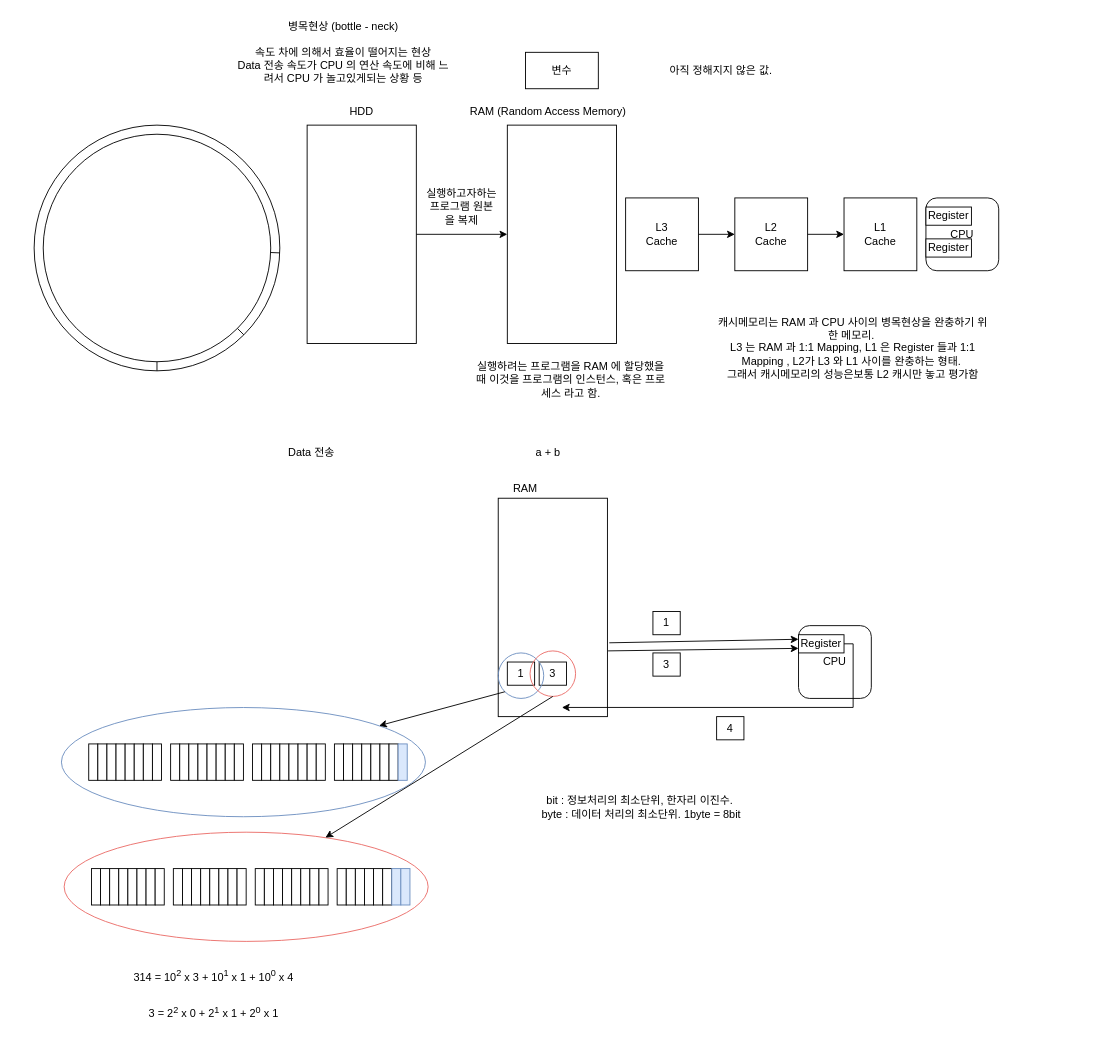
Before: CSharpBasic.drawio in luke-youngmin-cho/UnityEngineBasic_8th, a draw.io diagram. Source tidied: cells renumbered, new cells numbered last; positions are measured from the earlier drawing's top-left corner, leaving out a move shared by most shapes. Both pictures are drawn from the tidied source at 91%, with x=0, y=0 at pixel (34, 15).
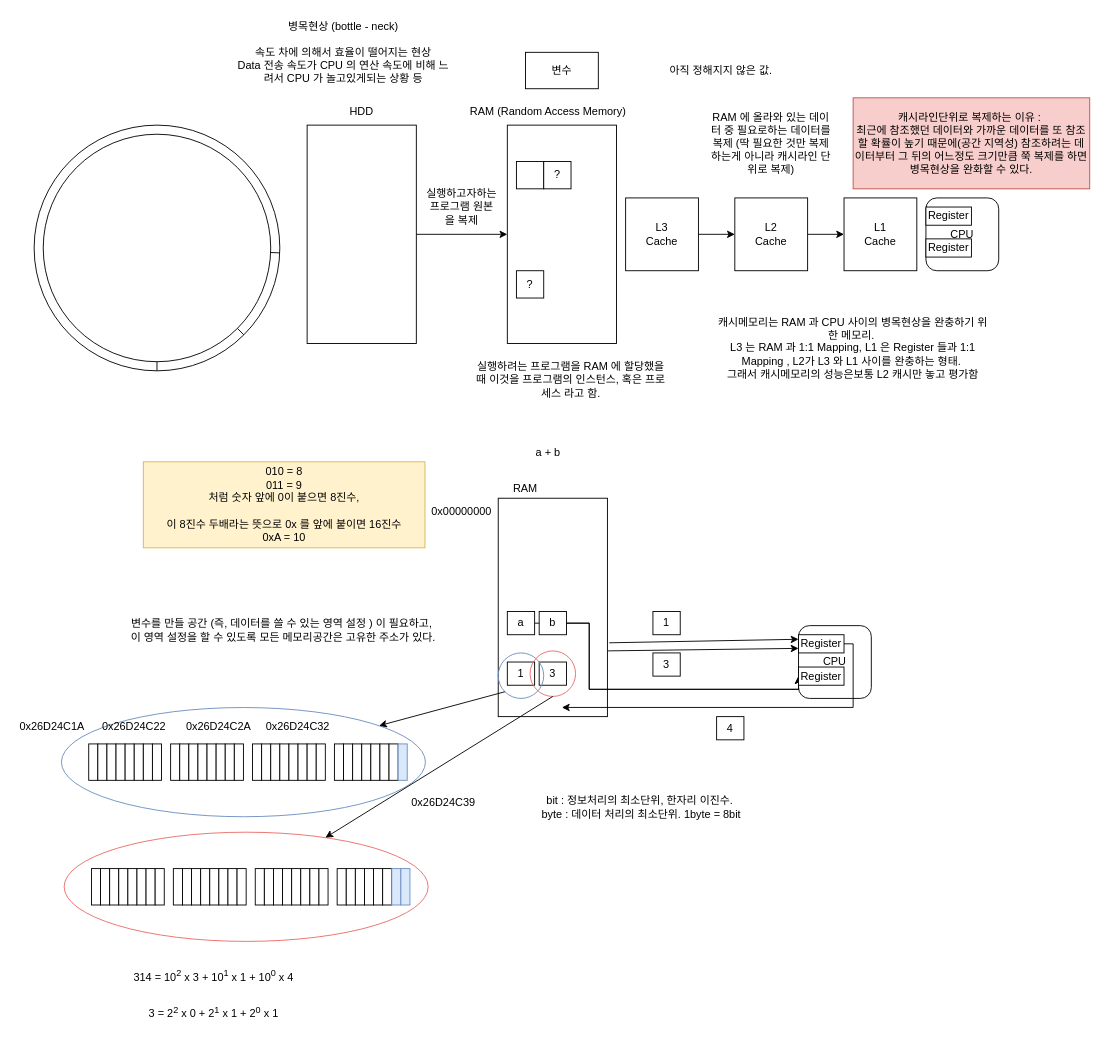
The same diagram, later.

Commit message (it also covers changes not shown here):
CSharp - Operators

Change to the diagram source:
```diff
@@
-    <mxCell id="21" value="Data 전송" style="text;html=1;strokeColor=none;fillColor=none;align=center;verticalAlign=middle;whiteSpace=wrap;rounded=0;" parent="1" vertex="1">
-      <mxGeometry x="240" y="460" width="130" height="40" as="geometry" />
-    </mxCell>
@@
+    <mxCell id="113" style="rounded=0;whiteSpace=wrap;html=1;" parent="1" vertex="1">
+      <mxGeometry x="530" y="160" width="30" height="30" as="geometry" />
+    </mxCell>
+    <mxCell id="114" value="?" style="rounded=0;whiteSpace=wrap;html=1;" parent="1" vertex="1">
+      <mxGeometry x="530" y="280" width="30" height="30" as="geometry" />
+    </mxCell>
+    <mxCell id="115" value="?" style="rounded=0;whiteSpace=wrap;html=1;" parent="1" vertex="1">
+      <mxGeometry x="560" y="160" width="30" height="30" as="geometry" />
+    </mxCell>
+    <mxCell id="116" value="RAM 에 올라와 있는 데이터 중 필요로하는 데이터를 복제 (딱 필요한 것만 복제하는게 아니라 캐시라인 단위로 복제)" style="text;html=1;strokeColor=none;fillColor=none;align=center;verticalAlign=middle;whiteSpace=wrap;rounded=0;" parent="1" vertex="1">
+      <mxGeometry x="740" y="90" width="140" height="100" as="geometry" />
+    </mxCell>
+    <mxCell id="117" value="캐시라인단위로 복제하는 이유 :&amp;nbsp;&lt;br&gt;최근에 참조했던 데이터와 가까운 데이터를 또 참조할 확률이 높기 때문에(공간 지역성) 참조하려는 데이터부터 그 뒤의 어느정도 크기만큼 쭉 복제를 하면 병목현상을 완화할 수 있다." style="text;html=1;strokeColor=#b85450;fillColor=#f8cecc;align=center;verticalAlign=middle;whiteSpace=wrap;rounded=0;" parent="1" vertex="1">
+      <mxGeometry x="900" y="90" width="260" height="100" as="geometry" />
+    </mxCell>
+    <mxCell id="118" value="변수를 만들 공간 (즉, 데이터를 쓸 수 있는 영역 설정 ) 이 필요하고,&amp;nbsp;&lt;br&gt;이 영역 설정을 할 수 있도록 모든 메모리공간은 고유한 주소가 있다." style="text;html=1;strokeColor=none;fillColor=none;align=center;verticalAlign=middle;whiteSpace=wrap;rounded=0;" parent="1" vertex="1">
+      <mxGeometry x="78" y="640" width="392" height="70" as="geometry" />
+    </mxCell>
+    <mxCell id="119" value="0x00000000" style="text;html=1;strokeColor=none;fillColor=none;align=center;verticalAlign=middle;whiteSpace=wrap;rounded=0;" parent="1" vertex="1">
+      <mxGeometry x="430" y="530" width="80" height="30" as="geometry" />
+    </mxCell>
+    <mxCell id="120" value="010 = 8&lt;br&gt;011 = 9&lt;br&gt;처럼 숫자 앞에 0이 붙으면 8진수,&lt;br&gt;&lt;br&gt;이 8진수 두배라는 뜻으로 0x 를 앞에 붙이면 16진수&lt;br&gt;0xA = 10" style="text;html=1;strokeColor=#d6b656;fillColor=#fff2cc;align=center;verticalAlign=middle;whiteSpace=wrap;rounded=0;" parent="1" vertex="1">
+      <mxGeometry x="120" y="490" width="309.5" height="94.5" as="geometry" />
+    </mxCell>
+    <mxCell id="121" value="0x26D24C1A" style="text;html=1;strokeColor=none;fillColor=none;align=center;verticalAlign=middle;whiteSpace=wrap;rounded=0;" parent="1" vertex="1">
+      <mxGeometry x="-20" y="765.5" width="80" height="30" as="geometry" />
+    </mxCell>
+    <mxCell id="122" value="0x26D24C22" style="text;html=1;strokeColor=none;fillColor=none;align=center;verticalAlign=middle;whiteSpace=wrap;rounded=0;" parent="1" vertex="1">
+      <mxGeometry x="70" y="765.5" width="80" height="30" as="geometry" />
+    </mxCell>
+    <mxCell id="123" value="0x26D24C2A" style="text;html=1;strokeColor=none;fillColor=none;align=center;verticalAlign=middle;whiteSpace=wrap;rounded=0;" parent="1" vertex="1">
+      <mxGeometry x="163" y="765.5" width="80" height="30" as="geometry" />
+    </mxCell>
+    <mxCell id="124" value="0x26D24C32" style="text;html=1;strokeColor=none;fillColor=none;align=center;verticalAlign=middle;whiteSpace=wrap;rounded=0;" parent="1" vertex="1">
+      <mxGeometry x="250" y="765.5" width="80" height="30" as="geometry" />
+    </mxCell>
+    <mxCell id="125" value="0x26D24C39" style="text;html=1;strokeColor=none;fillColor=none;align=center;verticalAlign=middle;whiteSpace=wrap;rounded=0;" parent="1" vertex="1">
+      <mxGeometry x="410" y="850" width="80" height="30" as="geometry" />
+    </mxCell>
+    <mxCell id="126" style="edgeStyle=orthogonalEdgeStyle;rounded=0;jettySize=auto;html=1;entryX=0;entryY=0.5;entryDx=0;entryDy=0;" parent="1" edge="1" source="127" target="130">
+      <mxGeometry relative="1" as="geometry">
+        <Array as="points">
+          <mxPoint x="610" y="667" />
+          <mxPoint x="610" y="740" />
+          <mxPoint x="840" y="740" />
+        </Array>
+      </mxGeometry>
+    </mxCell>
+    <mxCell id="127" value="a" style="rounded=0;whiteSpace=wrap;html=1;" parent="1" vertex="1">
+      <mxGeometry x="520" y="654.5" width="30" height="25.5" as="geometry" />
+    </mxCell>
+    <mxCell id="128" style="edgeStyle=orthogonalEdgeStyle;rounded=0;jettySize=auto;html=1;entryX=0;entryY=0.5;entryDx=0;entryDy=0;" parent="1" edge="1" source="129" target="130">
+      <mxGeometry relative="1" as="geometry">
+        <Array as="points">
+          <mxPoint x="610" y="667" />
+          <mxPoint x="610" y="740" />
+          <mxPoint x="840" y="740" />
+        </Array>
+      </mxGeometry>
+    </mxCell>
+    <mxCell id="129" value="b" style="rounded=0;whiteSpace=wrap;html=1;" parent="1" vertex="1">
+      <mxGeometry x="555" y="654.5" width="30" height="25.5" as="geometry" />
+    </mxCell>
+    <mxCell id="130" value="Register" style="rounded=0;whiteSpace=wrap;html=1;" parent="1" vertex="1">
+      <mxGeometry x="840" y="715.5" width="50" height="20" as="geometry" />
+    </mxCell>
```
